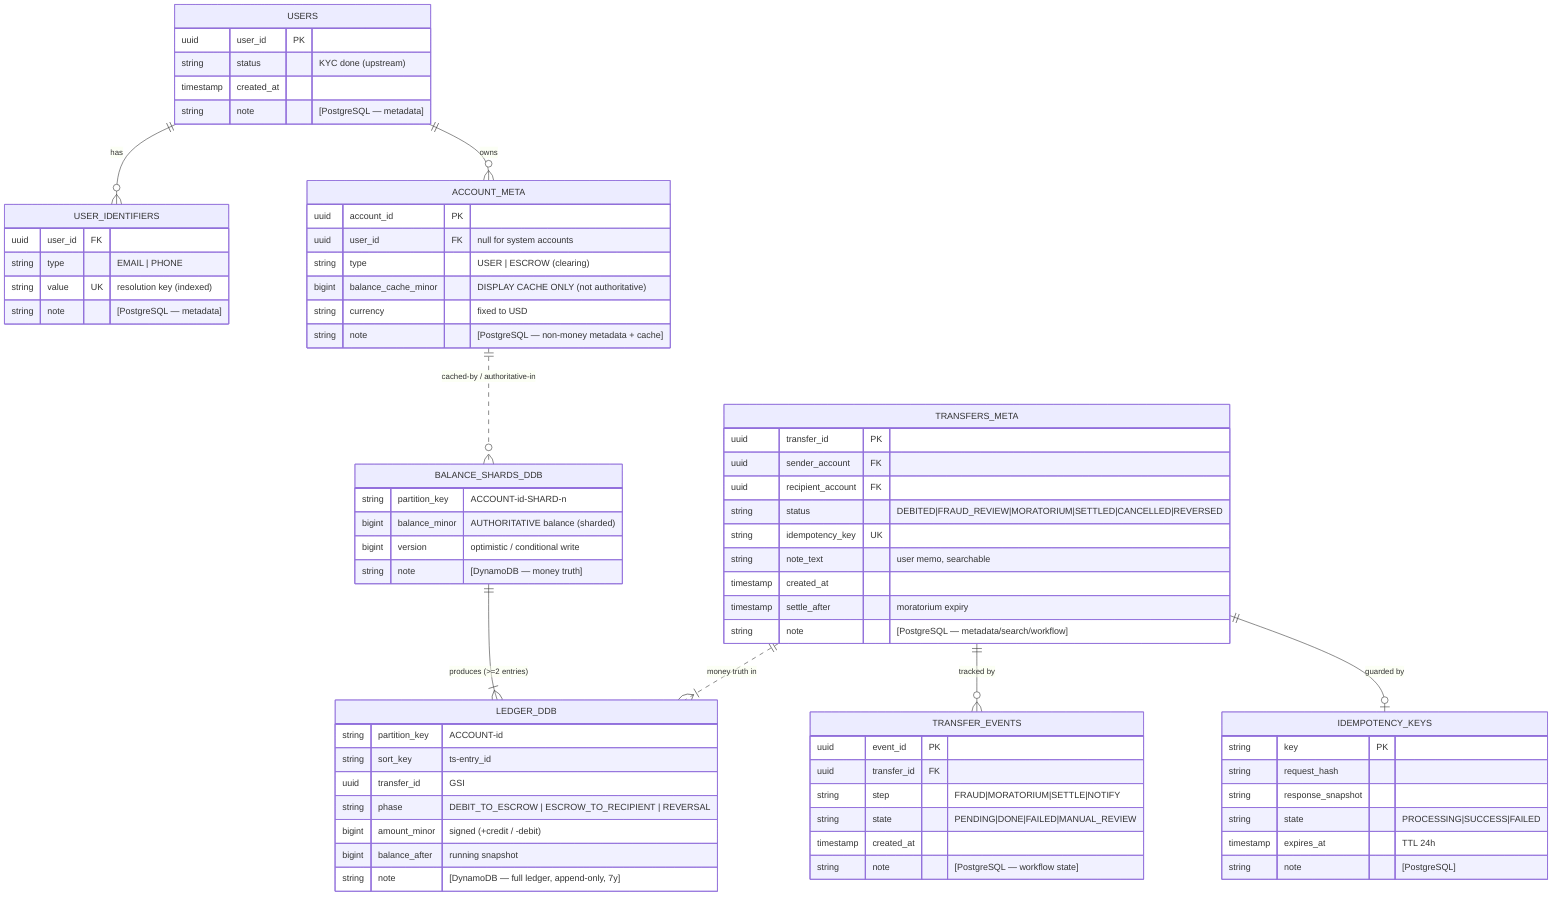
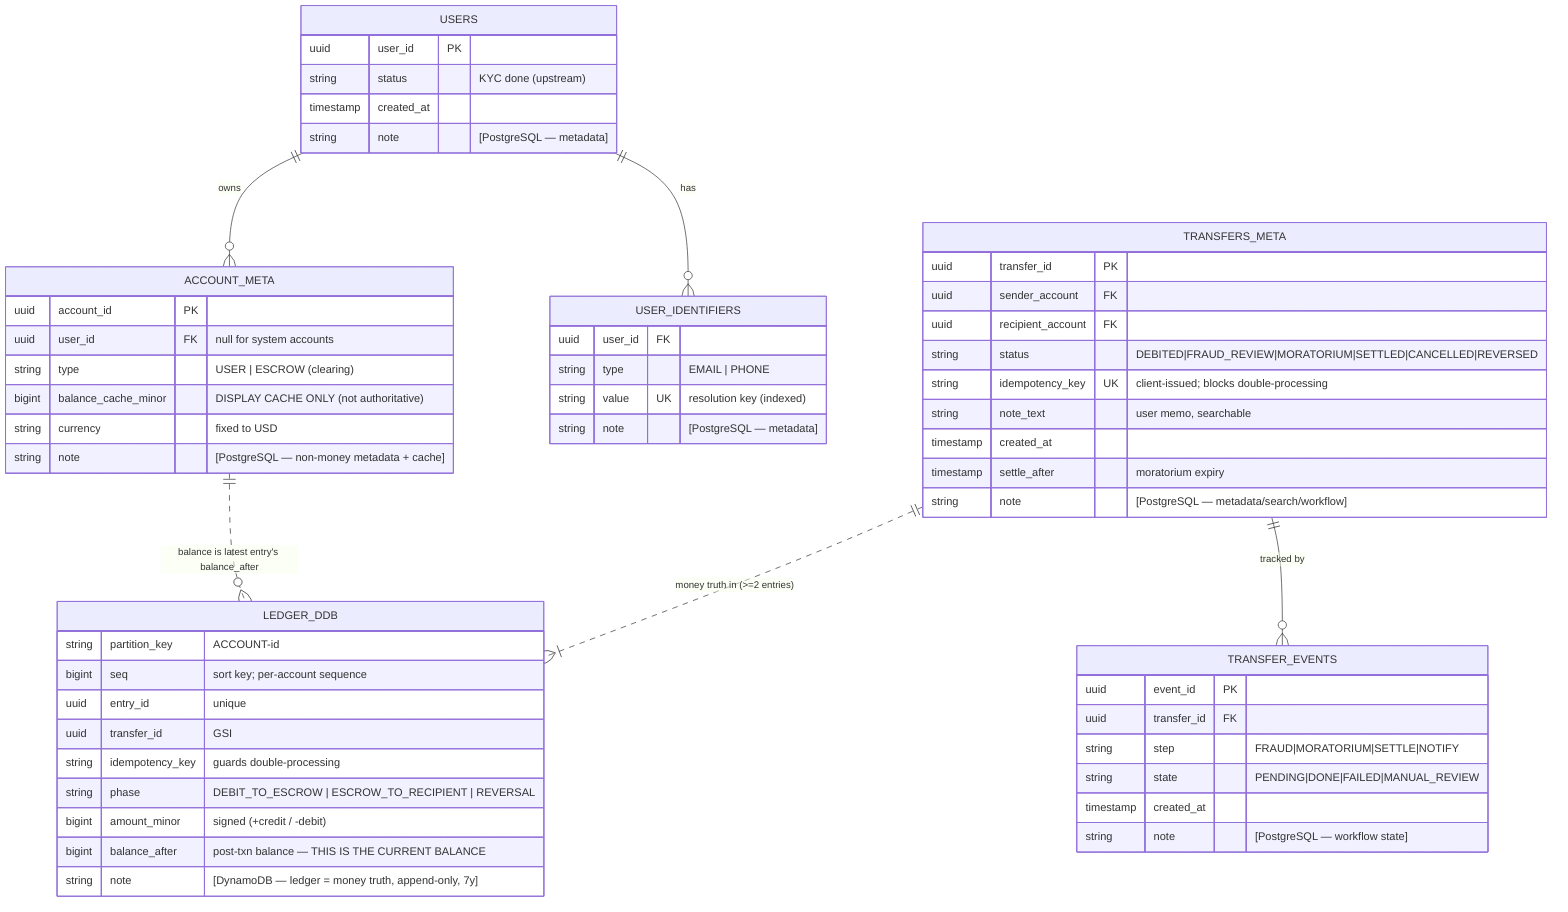
erDiagram
    USERS ||--o{ ACCOUNT_META : "owns"
    USERS ||--o{ USER_IDENTIFIERS : "has"
-     ACCOUNT_META ||..o{ BALANCE_SHARDS_DDB : "cached-by / authoritative-in"
-     TRANSFERS_META ||--o| IDEMPOTENCY_KEYS : "guarded by"
+     ACCOUNT_META ||..o{ LEDGER_DDB : "balance is latest entry's balance_after"
    TRANSFERS_META ||--o{ TRANSFER_EVENTS : "tracked by"
-     TRANSFERS_META ||..|{ LEDGER_DDB : "money truth in"
-     BALANCE_SHARDS_DDB ||--|{ LEDGER_DDB : "produces (>=2 entries)"
+     TRANSFERS_META ||..|{ LEDGER_DDB : "money truth in (>=2 entries)"

    USERS {
        uuid user_id PK
        string status "KYC done (upstream)"
        timestamp created_at
        string note "[PostgreSQL — metadata]"
    }

    USER_IDENTIFIERS {
        uuid user_id FK
        string type "EMAIL | PHONE"
        string value UK "resolution key (indexed)"
        string note "[PostgreSQL — metadata]"
    }

    ACCOUNT_META {
        uuid account_id PK
        uuid user_id FK "null for system accounts"
        string type "USER | ESCROW (clearing)"
        bigint balance_cache_minor "DISPLAY CACHE ONLY (not authoritative)"
        string currency "fixed to USD"
        string note "[PostgreSQL — non-money metadata + cache]"
    }

    TRANSFERS_META {
        uuid transfer_id PK
        uuid sender_account FK
        uuid recipient_account FK
        string status "DEBITED|FRAUD_REVIEW|MORATORIUM|SETTLED|CANCELLED|REVERSED"
-         string idempotency_key UK
+         string idempotency_key UK "client-issued; blocks double-processing"
        string note_text "user memo, searchable"
        timestamp created_at
        timestamp settle_after "moratorium expiry"
        string note "[PostgreSQL — metadata/search/workflow]"
    }

    TRANSFER_EVENTS {
        uuid event_id PK
        uuid transfer_id FK
        string step "FRAUD|MORATORIUM|SETTLE|NOTIFY"
        string state "PENDING|DONE|FAILED|MANUAL_REVIEW"
        timestamp created_at
        string note "[PostgreSQL — workflow state]"
    }

-     IDEMPOTENCY_KEYS {
-         string key PK
-         string request_hash
-         string response_snapshot
-         string state "PROCESSING|SUCCESS|FAILED"
-         timestamp expires_at "TTL 24h"
-         string note "[PostgreSQL]"
-     }
- 
-     BALANCE_SHARDS_DDB {
-         string partition_key "ACCOUNT-id-SHARD-n"
-         bigint balance_minor "AUTHORITATIVE balance (sharded)"
-         bigint version "optimistic / conditional write"
-         string note "[DynamoDB — money truth]"
-     }
- 
    LEDGER_DDB {
        string partition_key "ACCOUNT-id"
-         string sort_key "ts-entry_id"
+         bigint seq "sort key; per-account sequence"
+         uuid entry_id "unique"
        uuid transfer_id "GSI"
+         string idempotency_key "guards double-processing"
        string phase "DEBIT_TO_ESCROW | ESCROW_TO_RECIPIENT | REVERSAL"
        bigint amount_minor "signed (+credit / -debit)"
-         bigint balance_after "running snapshot"
-         string note "[DynamoDB — full ledger, append-only, 7y]"
+         bigint balance_after "post-txn balance — THIS IS THE CURRENT BALANCE"
+         string note "[DynamoDB — ledger = money truth, append-only, 7y]"
    }
